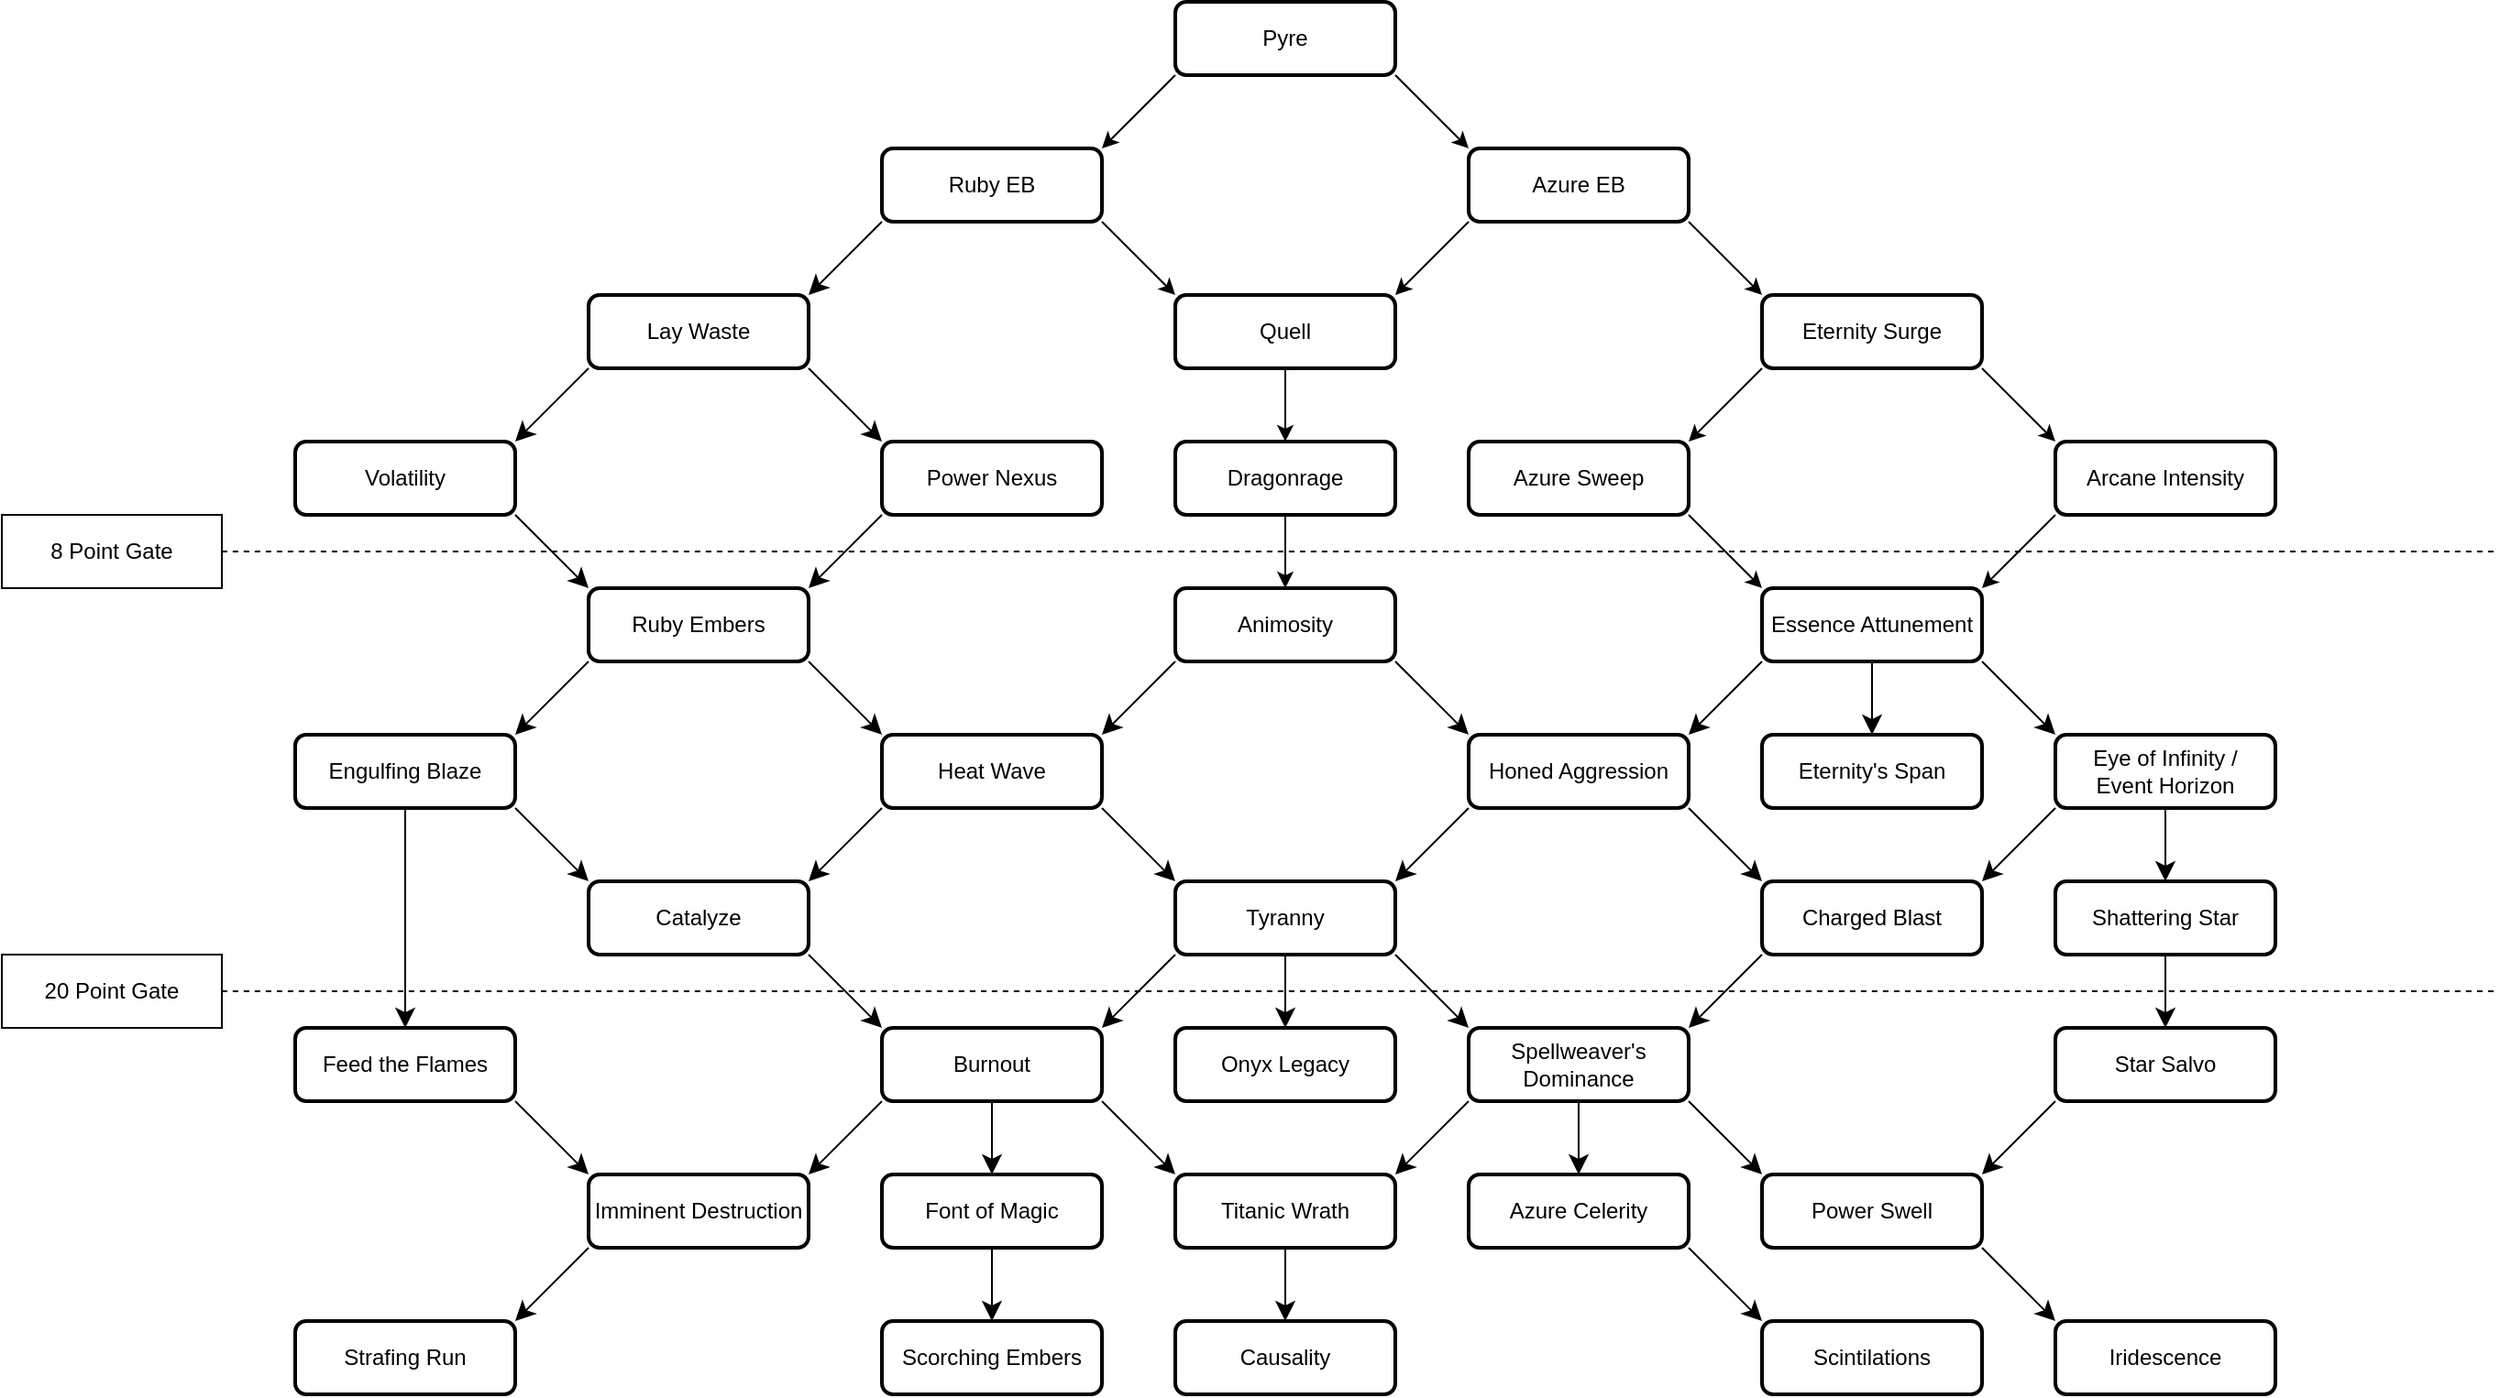
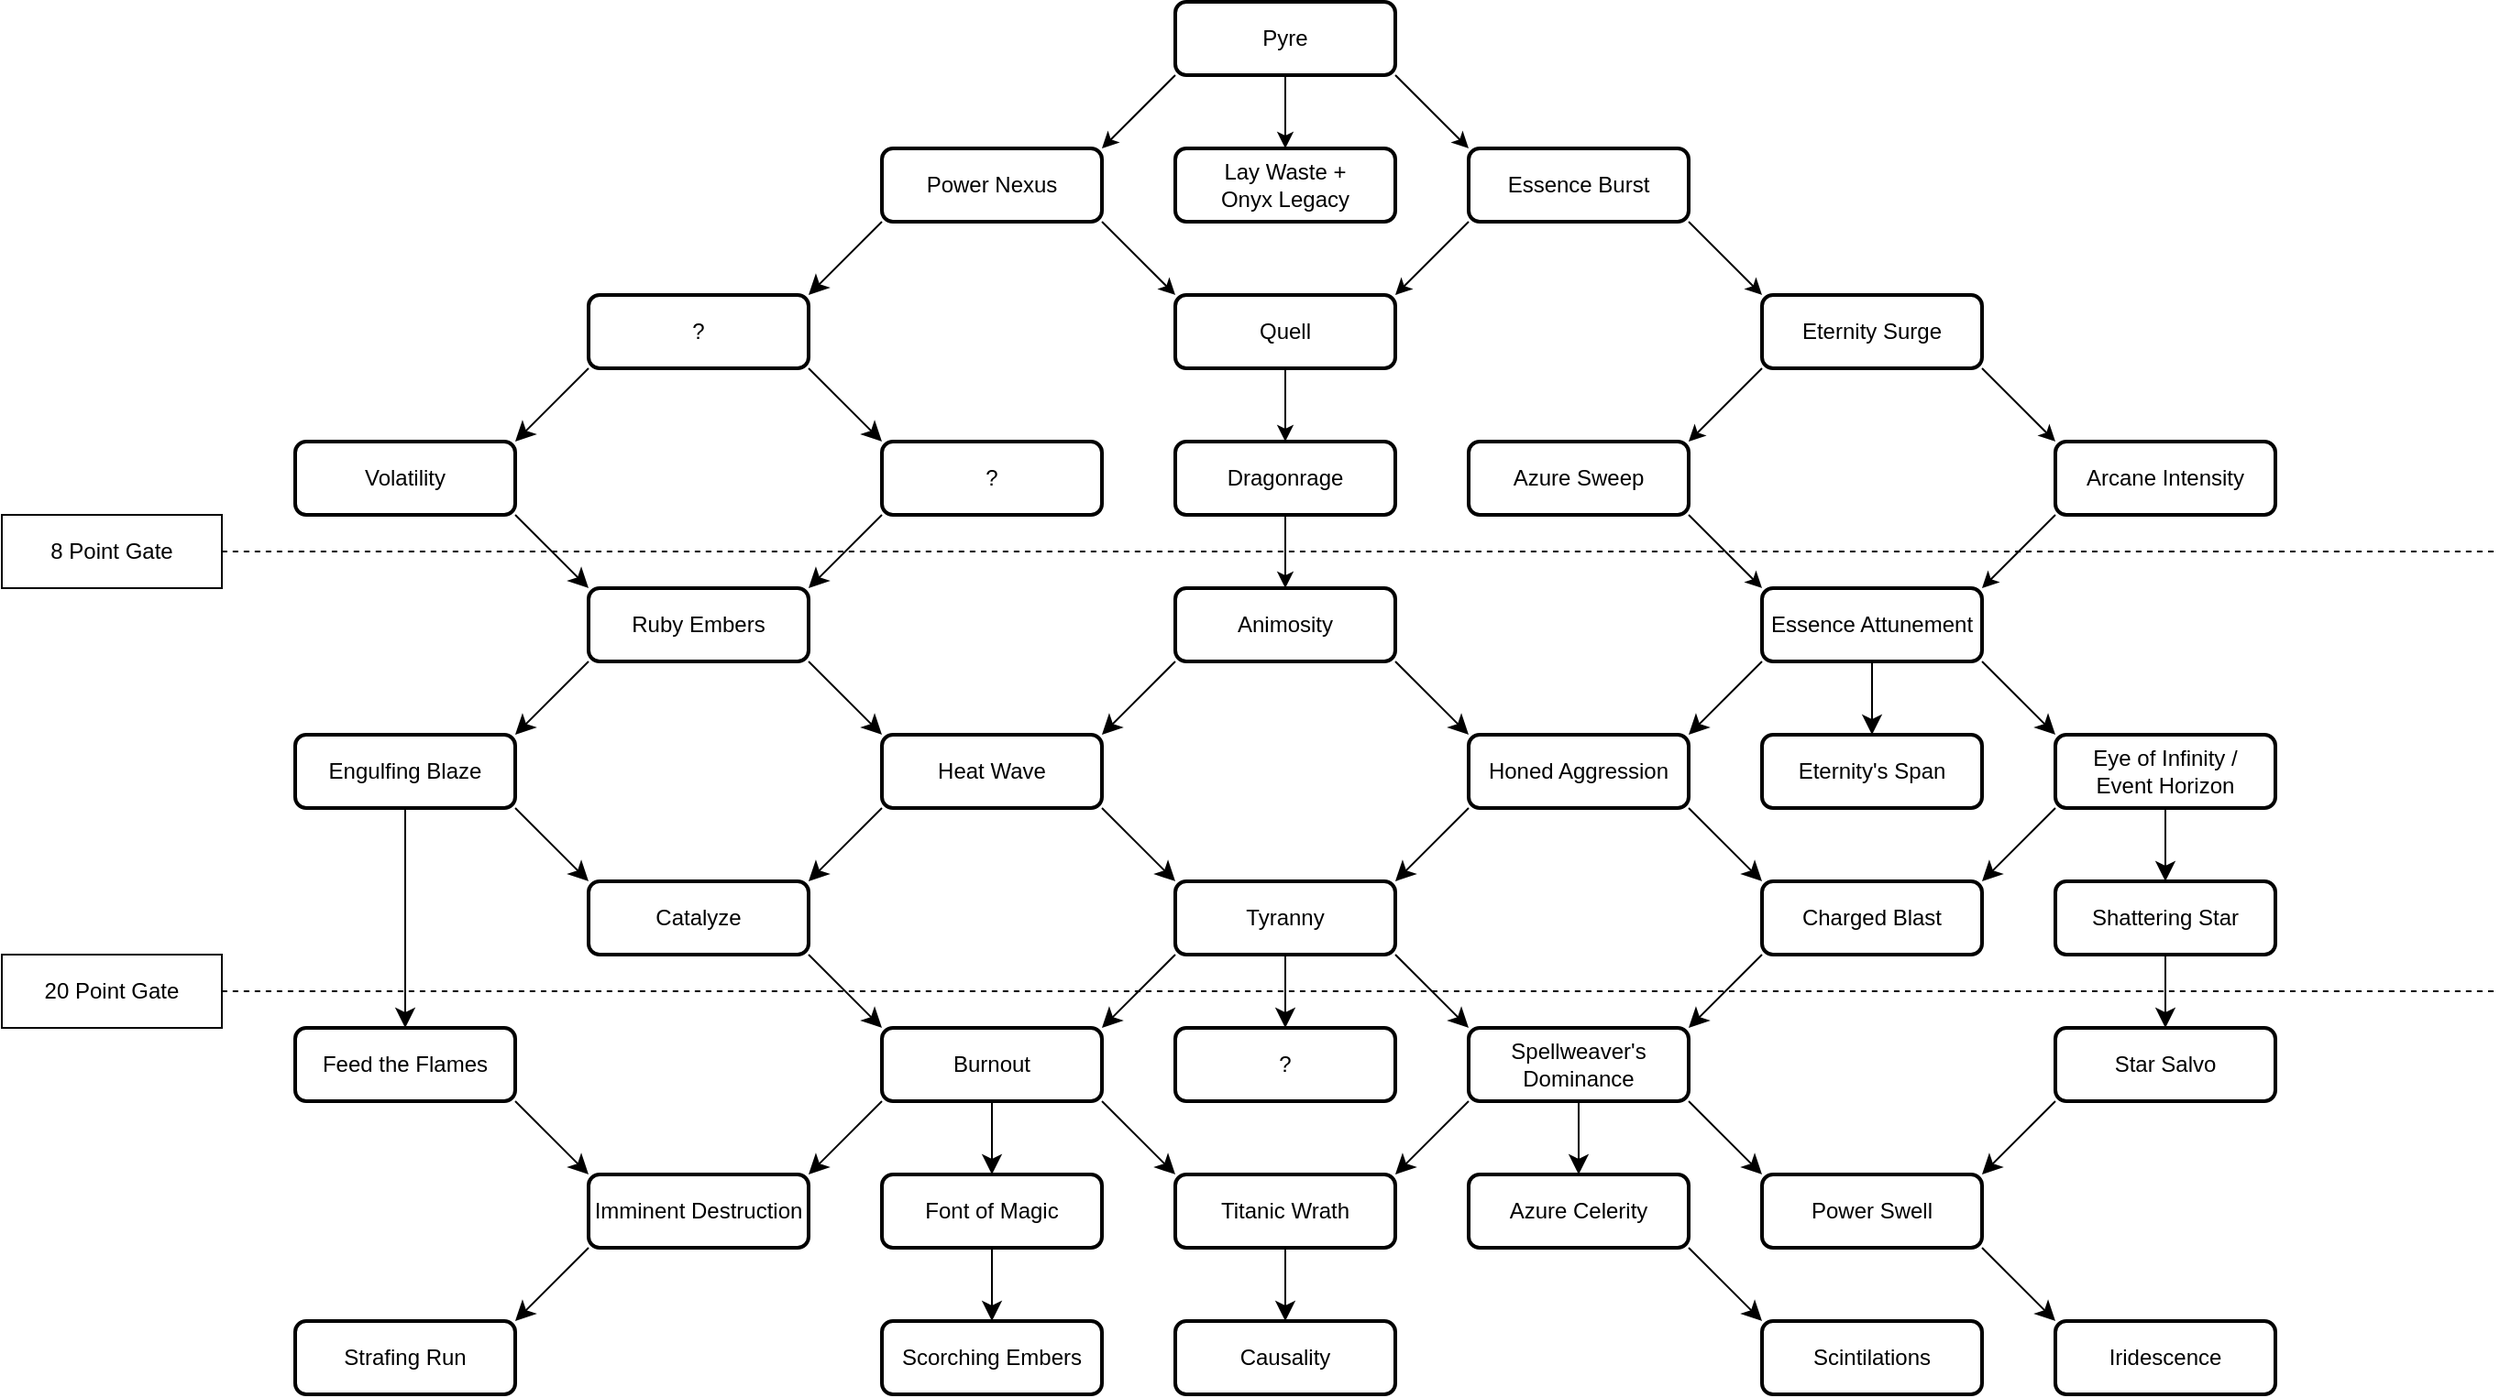
<mxfile host="app.diagrams.net" agent="Mozilla/5.0 (Windows NT 10.0; Win64; x64) AppleWebKit/537.36 (KHTML, like Gecko) Chrome/140.0.0.0 Safari/537.36 OPR/124.0.0.0">
  <diagram name="Page-1" id="hOetuab5Neo2MUPY-Vw1">
-     <mxGraphModel dx="1772" dy="763" grid="0" gridSize="10" guides="1" tooltips="1" connect="1" arrows="1" fold="1" page="0" pageScale="1" pageWidth="850" pageHeight="1100" background="none" math="0" shadow="0">
+     <mxGraphModel dx="2115" dy="954" grid="0" gridSize="10" guides="1" tooltips="1" connect="1" arrows="1" fold="1" page="0" pageScale="1" pageWidth="850" pageHeight="1100" background="none" math="0" shadow="0">
      <root>
        <mxCell id="0" />
        <mxCell id="1" parent="0" />
        <mxCell id="OIwntdkwLblrr2rhOdX1-7" edge="1" parent="1" source="0f6FQbk-GcDdoWLRAv9r-2" style="rounded=0;orthogonalLoop=1;jettySize=auto;html=1;exitX=1;exitY=1;exitDx=0;exitDy=0;entryX=0;entryY=0;entryDx=0;entryDy=0;" target="0f6FQbk-GcDdoWLRAv9r-29">
          <mxGeometry relative="1" as="geometry" />
        </mxCell>
+         <mxCell id="BiERCDpK63vKAhPq4p5G-2" edge="1" parent="1" source="0f6FQbk-GcDdoWLRAv9r-2" style="edgeStyle=none;rounded=0;orthogonalLoop=1;jettySize=auto;html=1;exitX=0.5;exitY=1;exitDx=0;exitDy=0;entryX=0.5;entryY=0;entryDx=0;entryDy=0;" target="BiERCDpK63vKAhPq4p5G-1">
+           <mxGeometry relative="1" as="geometry" />
+         </mxCell>
        <mxCell id="0f6FQbk-GcDdoWLRAv9r-2" parent="1" style="rounded=1;whiteSpace=wrap;html=1;strokeColor=light-dark(#000000,#FFFF00);strokeWidth=2;" value="Pyre" vertex="1">
          <mxGeometry height="40" width="120" x="320" y="40" as="geometry" />
        </mxCell>
        <mxCell id="OIwntdkwLblrr2rhOdX1-9" edge="1" parent="1" source="0f6FQbk-GcDdoWLRAv9r-3" style="rounded=0;orthogonalLoop=1;jettySize=auto;html=1;exitX=1;exitY=1;exitDx=0;exitDy=0;entryX=0;entryY=0;entryDx=0;entryDy=0;" target="0f6FQbk-GcDdoWLRAv9r-21">
          <mxGeometry relative="1" as="geometry" />
        </mxCell>
-         <mxCell id="0f6FQbk-GcDdoWLRAv9r-3" parent="1" style="rounded=1;whiteSpace=wrap;html=1;strokeWidth=2;strokeColor=light-dark(#000000,#FFFFFF);" value="Ruby EB" vertex="1">
+         <mxCell id="0f6FQbk-GcDdoWLRAv9r-3" parent="1" style="rounded=1;whiteSpace=wrap;html=1;strokeWidth=2;strokeColor=light-dark(#000000,#FFFFFF);" value="Power Nexus" vertex="1">
          <mxGeometry height="40" width="120" x="160" y="120" as="geometry" />
        </mxCell>
        <mxCell id="0f6FQbk-GcDdoWLRAv9r-44" edge="1" parent="1" style="edgeStyle=none;curved=1;rounded=1;orthogonalLoop=1;jettySize=auto;html=1;exitX=1;exitY=1;exitDx=0;exitDy=0;entryX=0;entryY=0;entryDx=0;entryDy=0;fontSize=12;startSize=8;endSize=8;">
          <mxGeometry relative="1" as="geometry">
            <mxPoint x="440" y="560" as="sourcePoint" />
            <mxPoint x="480" y="600" as="targetPoint" />
          </mxGeometry>
        </mxCell>
        <mxCell id="0f6FQbk-GcDdoWLRAv9r-47" edge="1" parent="1" style="edgeStyle=none;curved=1;rounded=1;orthogonalLoop=1;jettySize=auto;html=1;exitX=0;exitY=1;exitDx=0;exitDy=0;entryX=1;entryY=0;entryDx=0;entryDy=0;fontSize=12;startSize=8;endSize=8;">
          <mxGeometry relative="1" as="geometry">
            <mxPoint x="320" y="560" as="sourcePoint" />
            <mxPoint x="280" y="600" as="targetPoint" />
          </mxGeometry>
        </mxCell>
        <mxCell id="0f6FQbk-GcDdoWLRAv9r-58" edge="1" parent="1" style="edgeStyle=none;curved=1;rounded=1;orthogonalLoop=1;jettySize=auto;html=1;exitX=0.5;exitY=1;exitDx=0;exitDy=0;entryX=0.5;entryY=0;entryDx=0;entryDy=0;fontSize=12;startSize=8;endSize=8;" target="p8pHNqXcbaAZnEPRJ2cy-6">
          <mxGeometry relative="1" as="geometry">
            <mxPoint x="540" y="640" as="sourcePoint" />
            <mxPoint x="540" y="680" as="targetPoint" />
          </mxGeometry>
        </mxCell>
        <mxCell id="0f6FQbk-GcDdoWLRAv9r-59" edge="1" parent="1" style="edgeStyle=none;curved=1;rounded=1;orthogonalLoop=1;jettySize=auto;html=1;exitX=1;exitY=1;exitDx=0;exitDy=0;entryX=0;entryY=0;entryDx=0;entryDy=0;fontSize=12;startSize=8;endSize=8;">
          <mxGeometry relative="1" as="geometry">
            <mxPoint x="600" y="640" as="sourcePoint" />
            <mxPoint x="640" y="680" as="targetPoint" />
          </mxGeometry>
        </mxCell>
        <mxCell id="0f6FQbk-GcDdoWLRAv9r-65" edge="1" parent="1" style="edgeStyle=none;curved=1;rounded=1;orthogonalLoop=1;jettySize=auto;html=1;exitX=0;exitY=1;exitDx=0;exitDy=0;entryX=1;entryY=0;entryDx=0;entryDy=0;fontSize=12;startSize=8;endSize=8;">
          <mxGeometry relative="1" as="geometry">
            <mxPoint x="640" y="560" as="sourcePoint" />
            <mxPoint x="600" y="600" as="targetPoint" />
          </mxGeometry>
        </mxCell>
        <mxCell id="OIwntdkwLblrr2rhOdX1-15" edge="1" parent="1" source="0f6FQbk-GcDdoWLRAv9r-21" style="edgeStyle=none;rounded=0;orthogonalLoop=1;jettySize=auto;html=1;exitX=0.5;exitY=1;exitDx=0;exitDy=0;entryX=0.5;entryY=0;entryDx=0;entryDy=0;" target="0f6FQbk-GcDdoWLRAv9r-22">
          <mxGeometry relative="1" as="geometry" />
        </mxCell>
        <mxCell id="0f6FQbk-GcDdoWLRAv9r-21" parent="1" style="rounded=1;whiteSpace=wrap;html=1;strokeWidth=2;strokeColor=light-dark(#000000,#FFFF00);" value="Quell" vertex="1">
          <mxGeometry height="40" width="120" x="320" y="200" as="geometry" />
        </mxCell>
        <mxCell id="OIwntdkwLblrr2rhOdX1-16" edge="1" parent="1" source="0f6FQbk-GcDdoWLRAv9r-22" style="edgeStyle=none;rounded=0;orthogonalLoop=1;jettySize=auto;html=1;exitX=0.5;exitY=1;exitDx=0;exitDy=0;entryX=0.5;entryY=0;entryDx=0;entryDy=0;" target="0f6FQbk-GcDdoWLRAv9r-23">
          <mxGeometry relative="1" as="geometry" />
        </mxCell>
        <mxCell id="0f6FQbk-GcDdoWLRAv9r-22" parent="1" style="rounded=1;whiteSpace=wrap;html=1;strokeWidth=2;strokeColor=light-dark(#000000,#FFFF00);" value="Dragonrage" vertex="1">
          <mxGeometry height="40" width="120" x="320" y="280" as="geometry" />
        </mxCell>
        <mxCell id="0f6FQbk-GcDdoWLRAv9r-23" parent="1" style="rounded=1;whiteSpace=wrap;html=1;strokeColor=light-dark(#000000,#FFFFFF);strokeWidth=2;" value="Animosity" vertex="1">
          <mxGeometry height="40" width="120" x="320" y="360" as="geometry" />
        </mxCell>
        <mxCell id="0f6FQbk-GcDdoWLRAv9r-66" edge="1" parent="1" style="edgeStyle=none;curved=1;rounded=1;orthogonalLoop=1;jettySize=auto;html=1;exitX=0;exitY=1;exitDx=0;exitDy=0;entryX=1;entryY=0;entryDx=0;entryDy=0;fontSize=12;startSize=8;endSize=8;">
          <mxGeometry relative="1" as="geometry">
            <mxPoint x="640" y="400" as="sourcePoint" />
            <mxPoint x="600" y="440" as="targetPoint" />
          </mxGeometry>
        </mxCell>
        <mxCell id="0f6FQbk-GcDdoWLRAv9r-62" edge="1" parent="1" source="0f6FQbk-GcDdoWLRAv9r-27" style="edgeStyle=none;curved=1;rounded=1;orthogonalLoop=1;jettySize=auto;html=1;exitX=0.5;exitY=1;exitDx=0;exitDy=0;entryX=0.5;entryY=0;entryDx=0;entryDy=0;fontSize=12;startSize=8;endSize=8;" target="p8pHNqXcbaAZnEPRJ2cy-14">
          <mxGeometry relative="1" as="geometry" />
        </mxCell>
        <mxCell id="0f6FQbk-GcDdoWLRAv9r-64" edge="1" parent="1" source="0f6FQbk-GcDdoWLRAv9r-27" style="edgeStyle=none;curved=1;rounded=1;orthogonalLoop=1;jettySize=auto;html=1;exitX=0;exitY=1;exitDx=0;exitDy=0;entryX=1;entryY=0;entryDx=0;entryDy=0;fontSize=12;startSize=8;endSize=8;">
          <mxGeometry relative="1" as="geometry">
            <mxPoint x="760" y="520" as="targetPoint" />
          </mxGeometry>
        </mxCell>
        <mxCell id="0f6FQbk-GcDdoWLRAv9r-27" parent="1" style="rounded=1;whiteSpace=wrap;html=1;strokeWidth=2;strokeColor=light-dark(#000000,#00FF00);" value="Eye of Infinity / &lt;br&gt;Event Horizon" vertex="1">
          <mxGeometry height="40" width="120" x="800" y="440" as="geometry" />
        </mxCell>
        <mxCell id="0f6FQbk-GcDdoWLRAv9r-60" edge="1" parent="1" source="0f6FQbk-GcDdoWLRAv9r-28" style="edgeStyle=none;curved=1;rounded=1;orthogonalLoop=1;jettySize=auto;html=1;exitX=0;exitY=1;exitDx=0;exitDy=0;entryX=1;entryY=0;entryDx=0;entryDy=0;fontSize=12;startSize=8;endSize=8;">
          <mxGeometry relative="1" as="geometry">
            <mxPoint x="760" y="680" as="targetPoint" />
          </mxGeometry>
        </mxCell>
        <mxCell id="0f6FQbk-GcDdoWLRAv9r-28" parent="1" style="rounded=1;whiteSpace=wrap;html=1;strokeColor=light-dark(#000000,#FFFFFF);strokeWidth=2;" value="Star Salvo" vertex="1">
          <mxGeometry height="40" width="120" x="800" y="600" as="geometry" />
        </mxCell>
        <mxCell id="OIwntdkwLblrr2rhOdX1-8" edge="1" parent="1" source="0f6FQbk-GcDdoWLRAv9r-29" style="rounded=0;orthogonalLoop=1;jettySize=auto;html=1;exitX=0;exitY=1;exitDx=0;exitDy=0;entryX=1;entryY=0;entryDx=0;entryDy=0;" target="0f6FQbk-GcDdoWLRAv9r-21">
          <mxGeometry relative="1" as="geometry" />
        </mxCell>
        <mxCell id="OIwntdkwLblrr2rhOdX1-10" edge="1" parent="1" source="0f6FQbk-GcDdoWLRAv9r-29" style="edgeStyle=none;rounded=0;orthogonalLoop=1;jettySize=auto;html=1;exitX=1;exitY=1;exitDx=0;exitDy=0;entryX=0;entryY=0;entryDx=0;entryDy=0;" target="LhPUbgTbJpqGcTxOS-ww-83">
          <mxGeometry relative="1" as="geometry" />
        </mxCell>
-         <mxCell id="0f6FQbk-GcDdoWLRAv9r-29" parent="1" style="rounded=1;whiteSpace=wrap;html=1;strokeWidth=2;strokeColor=light-dark(#000000,#FFFFFF);" value="Azure EB" vertex="1">
+         <mxCell id="0f6FQbk-GcDdoWLRAv9r-29" parent="1" style="rounded=1;whiteSpace=wrap;html=1;strokeWidth=2;strokeColor=light-dark(#000000,#FFFFFF);" value="Essence Burst" vertex="1">
          <mxGeometry height="40" width="120" x="480" y="120" as="geometry" />
        </mxCell>
        <mxCell id="0f6FQbk-GcDdoWLRAv9r-67" edge="1" parent="1" style="edgeStyle=none;curved=1;rounded=1;orthogonalLoop=1;jettySize=auto;html=1;exitX=1;exitY=1;exitDx=0;exitDy=0;entryX=0;entryY=0;entryDx=0;entryDy=0;fontSize=12;startSize=8;endSize=8;">
          <mxGeometry relative="1" as="geometry">
            <mxPoint x="600" y="480" as="sourcePoint" />
            <mxPoint x="640" y="520" as="targetPoint" />
          </mxGeometry>
        </mxCell>
        <mxCell id="0f6FQbk-GcDdoWLRAv9r-63" edge="1" parent="1" style="edgeStyle=none;curved=1;rounded=1;orthogonalLoop=1;jettySize=auto;html=1;exitX=1;exitY=1;exitDx=0;exitDy=0;entryX=0;entryY=0;entryDx=0;entryDy=0;fontSize=12;startSize=8;endSize=8;" target="0f6FQbk-GcDdoWLRAv9r-27">
          <mxGeometry relative="1" as="geometry">
            <mxPoint x="760" y="400" as="sourcePoint" />
          </mxGeometry>
        </mxCell>
        <mxCell id="LhPUbgTbJpqGcTxOS-ww-34" edge="1" parent="1" style="edgeStyle=none;curved=1;rounded=1;orthogonalLoop=1;jettySize=auto;html=1;exitX=1;exitY=1;exitDx=0;exitDy=0;entryX=0;entryY=0;entryDx=0;entryDy=0;fontSize=12;startSize=8;endSize=8;">
          <mxGeometry relative="1" as="geometry">
            <mxPoint x="280" y="640" as="sourcePoint" />
            <mxPoint x="320" y="680" as="targetPoint" />
          </mxGeometry>
        </mxCell>
        <mxCell id="LhPUbgTbJpqGcTxOS-ww-41" edge="1" parent="1" style="edgeStyle=none;curved=1;rounded=1;orthogonalLoop=1;jettySize=auto;html=1;exitX=0.5;exitY=1;exitDx=0;exitDy=0;fontSize=12;startSize=8;endSize=8;">
          <mxGeometry relative="1" as="geometry">
            <mxPoint x="220" y="640" as="sourcePoint" />
          </mxGeometry>
        </mxCell>
        <mxCell id="LhPUbgTbJpqGcTxOS-ww-33" edge="1" parent="1" style="edgeStyle=none;curved=1;rounded=1;orthogonalLoop=1;jettySize=auto;html=1;exitX=0;exitY=1;exitDx=0;exitDy=0;entryX=1;entryY=0;entryDx=0;entryDy=0;fontSize=12;startSize=8;endSize=8;">
          <mxGeometry relative="1" as="geometry">
            <mxPoint x="480" y="640" as="sourcePoint" />
            <mxPoint x="440" y="680" as="targetPoint" />
          </mxGeometry>
        </mxCell>
        <mxCell id="LhPUbgTbJpqGcTxOS-ww-43" edge="1" parent="1" source="LhPUbgTbJpqGcTxOS-ww-36" style="edgeStyle=none;curved=1;rounded=1;orthogonalLoop=1;jettySize=auto;html=1;exitX=0.5;exitY=1;exitDx=0;exitDy=0;entryX=0.5;entryY=0;entryDx=0;entryDy=0;fontSize=12;startSize=8;endSize=8;" target="LhPUbgTbJpqGcTxOS-ww-42">
          <mxGeometry relative="1" as="geometry" />
        </mxCell>
        <mxCell id="LhPUbgTbJpqGcTxOS-ww-36" parent="1" style="rounded=1;whiteSpace=wrap;html=1;strokeColor=light-dark(#000000,#FFFFFF);strokeWidth=2;" value="Titanic Wrath" vertex="1">
          <mxGeometry height="40" width="120" x="320" y="680" as="geometry" />
        </mxCell>
        <mxCell id="LhPUbgTbJpqGcTxOS-ww-42" parent="1" style="rounded=1;whiteSpace=wrap;html=1;strokeColor=light-dark(#000000,#FFFFFF);strokeWidth=2;" value="Causality" vertex="1">
          <mxGeometry height="40" width="120" x="320" y="760" as="geometry" />
        </mxCell>
        <mxCell id="LhPUbgTbJpqGcTxOS-ww-44" parent="1" style="rounded=1;whiteSpace=wrap;html=1;strokeColor=light-dark(#000000,#FFFFFF);strokeWidth=2;" value="Scintilations" vertex="1">
          <mxGeometry height="40" width="120" x="640" y="760" as="geometry" />
        </mxCell>
        <mxCell id="LhPUbgTbJpqGcTxOS-ww-52" edge="1" parent="1" style="edgeStyle=none;curved=1;rounded=1;orthogonalLoop=1;jettySize=auto;html=1;exitX=0;exitY=1;exitDx=0;exitDy=0;entryX=1;entryY=0;entryDx=0;entryDy=0;fontSize=12;startSize=8;endSize=8;">
          <mxGeometry relative="1" as="geometry">
            <mxPoint x="160" y="480" as="sourcePoint" />
          </mxGeometry>
        </mxCell>
        <mxCell id="LhPUbgTbJpqGcTxOS-ww-53" edge="1" parent="1" style="edgeStyle=none;curved=1;rounded=1;orthogonalLoop=1;jettySize=auto;html=1;exitX=1;exitY=1;exitDx=0;exitDy=0;entryX=0;entryY=0;entryDx=0;entryDy=0;fontSize=12;startSize=8;endSize=8;">
          <mxGeometry relative="1" as="geometry">
            <mxPoint x="160" y="600" as="targetPoint" />
          </mxGeometry>
        </mxCell>
        <mxCell id="LhPUbgTbJpqGcTxOS-ww-56" parent="1" style="rounded=1;whiteSpace=wrap;html=1;strokeColor=light-dark(#000000,#FFFFFF);strokeWidth=2;" value="Tyranny" vertex="1">
          <mxGeometry height="40" width="120" x="320" y="520" as="geometry" />
        </mxCell>
        <mxCell id="LhPUbgTbJpqGcTxOS-ww-62" edge="1" parent="1" style="endArrow=none;dashed=1;html=1;rounded=1;fontSize=12;startSize=8;endSize=8;curved=1;" value="">
          <mxGeometry height="50" relative="1" width="50" as="geometry">
            <mxPoint x="-200" y="580" as="sourcePoint" />
            <mxPoint x="1040" y="580" as="targetPoint" />
          </mxGeometry>
        </mxCell>
        <mxCell id="LhPUbgTbJpqGcTxOS-ww-64" parent="1" style="rounded=0;whiteSpace=wrap;html=1;" value="20 Point Gate" vertex="1">
          <mxGeometry height="40" width="120" x="-320" y="560" as="geometry" />
        </mxCell>
        <mxCell id="LhPUbgTbJpqGcTxOS-ww-66" edge="1" parent="1" style="endArrow=none;dashed=1;html=1;rounded=1;fontSize=12;startSize=8;endSize=8;curved=1;" value="">
          <mxGeometry height="50" relative="1" width="50" as="geometry">
            <mxPoint x="-200" y="340" as="sourcePoint" />
            <mxPoint x="1040" y="340" as="targetPoint" />
          </mxGeometry>
        </mxCell>
        <mxCell id="LhPUbgTbJpqGcTxOS-ww-67" parent="1" style="rounded=0;whiteSpace=wrap;html=1;" value="8 Point Gate" vertex="1">
          <mxGeometry height="40" width="120" x="-320" y="320" as="geometry" />
        </mxCell>
        <mxCell id="LhPUbgTbJpqGcTxOS-ww-70" parent="1" style="rounded=1;whiteSpace=wrap;html=1;strokeColor=light-dark(#000000,#FFFFFF);strokeWidth=2;" value="Volatility" vertex="1">
          <mxGeometry height="40" width="120" x="-160" y="280" as="geometry" />
        </mxCell>
        <mxCell id="OIwntdkwLblrr2rhOdX1-12" edge="1" parent="1" source="LhPUbgTbJpqGcTxOS-ww-75" style="edgeStyle=none;rounded=0;orthogonalLoop=1;jettySize=auto;html=1;exitX=1;exitY=1;exitDx=0;exitDy=0;entryX=0;entryY=0;entryDx=0;entryDy=0;" target="LhPUbgTbJpqGcTxOS-ww-118">
          <mxGeometry relative="1" as="geometry" />
        </mxCell>
        <mxCell id="LhPUbgTbJpqGcTxOS-ww-75" parent="1" style="rounded=1;whiteSpace=wrap;html=1;strokeColor=light-dark(#000000,#FFFFFF);strokeWidth=2;" value="Azure Sweep" vertex="1">
          <mxGeometry height="40" width="120" x="480" y="280" as="geometry" />
        </mxCell>
-         <mxCell id="LhPUbgTbJpqGcTxOS-ww-80" parent="1" style="rounded=1;whiteSpace=wrap;html=1;strokeColor=light-dark(#000000,#FFFFFF);strokeWidth=2;" value="Power Nexus" vertex="1">
+         <mxCell id="LhPUbgTbJpqGcTxOS-ww-80" parent="1" style="rounded=1;whiteSpace=wrap;html=1;strokeColor=light-dark(#000000,#000099);strokeWidth=2;" value="?" vertex="1">
          <mxGeometry height="40" width="120" x="160" y="280" as="geometry" />
        </mxCell>
        <mxCell id="LhPUbgTbJpqGcTxOS-ww-81" parent="1" style="rounded=1;whiteSpace=wrap;html=1;strokeColor=light-dark(#000000,#FFFFFF);strokeWidth=2;" value="Ruby Embers" vertex="1">
          <mxGeometry height="40" width="120" y="360" as="geometry" />
        </mxCell>
        <mxCell id="OIwntdkwLblrr2rhOdX1-11" edge="1" parent="1" source="LhPUbgTbJpqGcTxOS-ww-83" style="edgeStyle=none;rounded=0;orthogonalLoop=1;jettySize=auto;html=1;exitX=0;exitY=1;exitDx=0;exitDy=0;entryX=1;entryY=0;entryDx=0;entryDy=0;" target="LhPUbgTbJpqGcTxOS-ww-75">
          <mxGeometry relative="1" as="geometry" />
        </mxCell>
        <mxCell id="OIwntdkwLblrr2rhOdX1-14" edge="1" parent="1" source="LhPUbgTbJpqGcTxOS-ww-83" style="edgeStyle=none;rounded=0;orthogonalLoop=1;jettySize=auto;html=1;exitX=1;exitY=1;exitDx=0;exitDy=0;entryX=0;entryY=0;entryDx=0;entryDy=0;" target="LhPUbgTbJpqGcTxOS-ww-148">
          <mxGeometry relative="1" as="geometry" />
        </mxCell>
        <mxCell id="LhPUbgTbJpqGcTxOS-ww-83" parent="1" style="rounded=1;whiteSpace=wrap;html=1;strokeColor=light-dark(#000000,#FFFF00);strokeWidth=2;" value="Eternity Surge" vertex="1">
          <mxGeometry height="40" width="120" x="640" y="200" as="geometry" />
        </mxCell>
        <mxCell id="LhPUbgTbJpqGcTxOS-ww-94" parent="1" style="rounded=1;whiteSpace=wrap;html=1;strokeColor=light-dark(#000000,#FFFFFF);strokeWidth=2;" value="Strafing Run" vertex="1">
          <mxGeometry height="40" width="120" x="-160" y="760" as="geometry" />
        </mxCell>
        <mxCell id="LhPUbgTbJpqGcTxOS-ww-101" edge="1" parent="1" source="LhPUbgTbJpqGcTxOS-ww-97" style="edgeStyle=none;curved=1;rounded=1;orthogonalLoop=1;jettySize=auto;html=1;exitX=0;exitY=1;exitDx=0;exitDy=0;entryX=1;entryY=0;entryDx=0;entryDy=0;fontSize=12;startSize=8;endSize=8;" target="p8pHNqXcbaAZnEPRJ2cy-4">
          <mxGeometry relative="1" as="geometry">
            <mxPoint x="120" y="520" as="targetPoint" />
          </mxGeometry>
        </mxCell>
        <mxCell id="LhPUbgTbJpqGcTxOS-ww-97" parent="1" style="rounded=1;whiteSpace=wrap;html=1;strokeColor=light-dark(#000000,#FFFFFF);strokeWidth=2;" value="Heat Wave" vertex="1">
          <mxGeometry height="40" width="120" x="160" y="440" as="geometry" />
        </mxCell>
        <mxCell id="LhPUbgTbJpqGcTxOS-ww-109" edge="1" parent="1" source="p8pHNqXcbaAZnEPRJ2cy-3" style="edgeStyle=none;curved=1;rounded=1;orthogonalLoop=1;jettySize=auto;html=1;exitX=1;exitY=1;exitDx=0;exitDy=0;entryX=0;entryY=0;entryDx=0;entryDy=0;fontSize=12;startSize=8;endSize=8;" target="LhPUbgTbJpqGcTxOS-ww-105">
          <mxGeometry relative="1" as="geometry">
            <mxPoint x="-40" y="640" as="sourcePoint" />
          </mxGeometry>
        </mxCell>
        <mxCell id="LhPUbgTbJpqGcTxOS-ww-104" parent="1" style="rounded=1;whiteSpace=wrap;html=1;strokeColor=light-dark(#000000,#FFFFFF);strokeWidth=2;" value="Scorching Embers" vertex="1">
          <mxGeometry height="40" width="120" x="160" y="760" as="geometry" />
        </mxCell>
        <mxCell id="LhPUbgTbJpqGcTxOS-ww-116" edge="1" parent="1" source="LhPUbgTbJpqGcTxOS-ww-105" style="edgeStyle=none;curved=1;rounded=1;orthogonalLoop=1;jettySize=auto;html=1;exitX=0;exitY=1;exitDx=0;exitDy=0;entryX=1;entryY=0;entryDx=0;entryDy=0;fontSize=12;startSize=8;endSize=8;" target="LhPUbgTbJpqGcTxOS-ww-94">
          <mxGeometry relative="1" as="geometry" />
        </mxCell>
        <mxCell id="LhPUbgTbJpqGcTxOS-ww-105" parent="1" style="rounded=1;whiteSpace=wrap;html=1;strokeColor=light-dark(#000000,#FFFFFF);strokeWidth=2;" value="Imminent Destruction" vertex="1">
          <mxGeometry height="40" width="120" y="680" as="geometry" />
        </mxCell>
        <mxCell id="LhPUbgTbJpqGcTxOS-ww-114" edge="1" parent="1" source="p8pHNqXcbaAZnEPRJ2cy-4" style="edgeStyle=none;curved=1;rounded=1;orthogonalLoop=1;jettySize=auto;html=1;exitX=1;exitY=1;exitDx=0;exitDy=0;entryX=0;entryY=0;entryDx=0;entryDy=0;fontSize=12;startSize=8;endSize=8;" target="LhPUbgTbJpqGcTxOS-ww-113">
          <mxGeometry relative="1" as="geometry">
            <mxPoint x="95" y="553" as="sourcePoint" />
          </mxGeometry>
        </mxCell>
        <mxCell id="LhPUbgTbJpqGcTxOS-ww-115" edge="1" parent="1" source="LhPUbgTbJpqGcTxOS-ww-113" style="edgeStyle=none;curved=1;rounded=1;orthogonalLoop=1;jettySize=auto;html=1;exitX=0;exitY=1;exitDx=0;exitDy=0;entryX=1;entryY=0;entryDx=0;entryDy=0;fontSize=12;startSize=8;endSize=8;" target="LhPUbgTbJpqGcTxOS-ww-105">
          <mxGeometry relative="1" as="geometry" />
        </mxCell>
        <mxCell id="LhPUbgTbJpqGcTxOS-ww-117" edge="1" parent="1" source="LhPUbgTbJpqGcTxOS-ww-113" style="edgeStyle=none;curved=1;rounded=1;orthogonalLoop=1;jettySize=auto;html=1;exitX=0.5;exitY=1;exitDx=0;exitDy=0;fontSize=12;startSize=8;endSize=8;" target="p8pHNqXcbaAZnEPRJ2cy-8">
          <mxGeometry relative="1" as="geometry" />
        </mxCell>
        <mxCell id="LhPUbgTbJpqGcTxOS-ww-113" parent="1" style="rounded=1;whiteSpace=wrap;html=1;strokeColor=light-dark(#000000,#FFFFFF);strokeWidth=2;" value="Burnout" vertex="1">
          <mxGeometry height="40" width="120" x="160" y="600" as="geometry" />
        </mxCell>
        <mxCell id="LhPUbgTbJpqGcTxOS-ww-127" edge="1" parent="1" source="LhPUbgTbJpqGcTxOS-ww-118" style="edgeStyle=none;curved=1;rounded=1;orthogonalLoop=1;jettySize=auto;html=1;exitX=0.5;exitY=1;exitDx=0;exitDy=0;entryX=0.5;entryY=0;entryDx=0;entryDy=0;fontSize=12;startSize=8;endSize=8;">
          <mxGeometry relative="1" as="geometry">
            <mxPoint x="700" y="440" as="targetPoint" />
          </mxGeometry>
        </mxCell>
        <mxCell id="LhPUbgTbJpqGcTxOS-ww-118" parent="1" style="rounded=1;whiteSpace=wrap;html=1;strokeColor=light-dark(#000000,#FFFFFF);strokeWidth=2;" value="Essence Attunement" vertex="1">
          <mxGeometry height="40" width="120" x="640" y="360" as="geometry" />
        </mxCell>
        <mxCell id="LhPUbgTbJpqGcTxOS-ww-123" edge="1" parent="1" style="edgeStyle=none;curved=1;rounded=1;orthogonalLoop=1;jettySize=auto;html=1;exitX=1;exitY=1;exitDx=0;exitDy=0;entryX=0;entryY=0;entryDx=0;entryDy=0;fontSize=12;startSize=8;endSize=8;" target="LhPUbgTbJpqGcTxOS-ww-122">
          <mxGeometry relative="1" as="geometry">
            <mxPoint x="760" y="720" as="sourcePoint" />
          </mxGeometry>
        </mxCell>
        <mxCell id="LhPUbgTbJpqGcTxOS-ww-122" parent="1" style="rounded=1;whiteSpace=wrap;html=1;strokeColor=light-dark(#000000,#FFFFFF);strokeWidth=2;" value="Iridescence" vertex="1">
          <mxGeometry height="40" width="120" x="800" y="760" as="geometry" />
        </mxCell>
        <mxCell id="LhPUbgTbJpqGcTxOS-ww-128" edge="1" parent="1" source="LhPUbgTbJpqGcTxOS-ww-81" style="edgeStyle=none;curved=1;rounded=1;orthogonalLoop=1;jettySize=auto;html=1;exitX=1;exitY=1;exitDx=0;exitDy=0;fontSize=12;startSize=8;endSize=8;entryX=0;entryY=0;entryDx=0;entryDy=0;" target="LhPUbgTbJpqGcTxOS-ww-97">
          <mxGeometry relative="1" as="geometry">
            <mxPoint x="60" y="480" as="sourcePoint" />
            <mxPoint x="44.43396226415098" y="513" as="targetPoint" />
          </mxGeometry>
        </mxCell>
        <mxCell id="LhPUbgTbJpqGcTxOS-ww-133" parent="1" style="rounded=1;whiteSpace=wrap;html=1;strokeColor=light-dark(#000000,#FFFFFF);strokeWidth=2;" value="Power Swell" vertex="1">
          <mxGeometry height="40" width="120" x="640" y="680" as="geometry" />
        </mxCell>
        <mxCell id="LhPUbgTbJpqGcTxOS-ww-134" parent="1" style="rounded=1;whiteSpace=wrap;html=1;strokeColor=light-dark(#000000,#FFFFFF);strokeWidth=2;" value="Spellweaver&#39;s Dominance" vertex="1">
          <mxGeometry height="40" width="120" x="480" y="600" as="geometry" />
        </mxCell>
        <mxCell id="LhPUbgTbJpqGcTxOS-ww-142" parent="1" style="rounded=1;whiteSpace=wrap;html=1;strokeColor=light-dark(#000000,#FFFFFF);strokeWidth=2;" value="Honed Aggression" vertex="1">
          <mxGeometry height="40" width="120" x="480" y="440" as="geometry" />
        </mxCell>
        <mxCell id="LhPUbgTbJpqGcTxOS-ww-144" parent="1" style="rounded=1;whiteSpace=wrap;html=1;strokeColor=light-dark(#000000,#FFFFFF);strokeWidth=2;" value="Eternity&#39;s Span" vertex="1">
          <mxGeometry height="40" width="120" x="640" y="440" as="geometry" />
        </mxCell>
        <mxCell id="LhPUbgTbJpqGcTxOS-ww-147" parent="1" style="rounded=1;whiteSpace=wrap;html=1;strokeColor=light-dark(#000000,#FFFFFF);strokeWidth=2;" value="Charged Blast" vertex="1">
          <mxGeometry height="40" width="120" x="640" y="520" as="geometry" />
        </mxCell>
        <mxCell id="OIwntdkwLblrr2rhOdX1-13" edge="1" parent="1" source="LhPUbgTbJpqGcTxOS-ww-148" style="edgeStyle=none;rounded=0;orthogonalLoop=1;jettySize=auto;html=1;exitX=0;exitY=1;exitDx=0;exitDy=0;entryX=1;entryY=0;entryDx=0;entryDy=0;" target="LhPUbgTbJpqGcTxOS-ww-118">
          <mxGeometry relative="1" as="geometry" />
        </mxCell>
        <mxCell id="LhPUbgTbJpqGcTxOS-ww-148" parent="1" style="rounded=1;whiteSpace=wrap;html=1;strokeColor=light-dark(#000000,#FFFFFF);strokeWidth=2;" value="Arcane Intensity" vertex="1">
          <mxGeometry height="40" width="120" x="800" y="280" as="geometry" />
        </mxCell>
-         <mxCell id="p8pHNqXcbaAZnEPRJ2cy-1" parent="1" style="rounded=1;whiteSpace=wrap;html=1;strokeColor=light-dark(#000000,#FFFFFF);strokeWidth=2;" value="Lay Waste" vertex="1">
+         <mxCell id="p8pHNqXcbaAZnEPRJ2cy-1" parent="1" style="rounded=1;whiteSpace=wrap;html=1;strokeColor=light-dark(#000000,#000099);strokeWidth=2;" value="?" vertex="1">
          <mxGeometry height="40" width="120" y="200" as="geometry" />
        </mxCell>
-         <mxCell id="p8pHNqXcbaAZnEPRJ2cy-2" parent="1" style="rounded=1;whiteSpace=wrap;html=1;strokeColor=light-dark(#000000,#FFFFFF);strokeWidth=2;" value="Onyx Legacy" vertex="1">
+         <mxCell id="p8pHNqXcbaAZnEPRJ2cy-2" parent="1" style="rounded=1;whiteSpace=wrap;html=1;strokeColor=light-dark(#000000,#000099);strokeWidth=2;" value="?" vertex="1">
          <mxGeometry height="40" width="120" x="320" y="600" as="geometry" />
        </mxCell>
        <mxCell id="p8pHNqXcbaAZnEPRJ2cy-3" parent="1" style="rounded=1;whiteSpace=wrap;html=1;strokeColor=light-dark(#000000,#FFFFFF);strokeWidth=2;" value="Feed the Flames" vertex="1">
          <mxGeometry height="40" width="120" x="-160" y="600" as="geometry" />
        </mxCell>
        <mxCell id="p8pHNqXcbaAZnEPRJ2cy-4" parent="1" style="rounded=1;whiteSpace=wrap;html=1;strokeColor=light-dark(#000000,#FFFFFF);strokeWidth=2;" value="Catalyze" vertex="1">
          <mxGeometry height="40" width="120" y="520" as="geometry" />
        </mxCell>
        <mxCell id="p8pHNqXcbaAZnEPRJ2cy-5" edge="1" parent="1" source="LhPUbgTbJpqGcTxOS-ww-56" style="edgeStyle=none;curved=1;rounded=1;orthogonalLoop=1;jettySize=auto;html=1;exitX=0.5;exitY=1;exitDx=0;exitDy=0;fontSize=12;startSize=8;endSize=8;" target="p8pHNqXcbaAZnEPRJ2cy-2">
          <mxGeometry relative="1" as="geometry">
            <mxPoint x="483" y="491" as="sourcePoint" />
            <mxPoint x="483" y="531" as="targetPoint" />
          </mxGeometry>
        </mxCell>
        <mxCell id="p8pHNqXcbaAZnEPRJ2cy-6" parent="1" style="rounded=1;whiteSpace=wrap;html=1;strokeColor=light-dark(#000000,#FFFFFF);strokeWidth=2;" value="Azure Celerity" vertex="1">
          <mxGeometry height="40" width="120" x="480" y="680" as="geometry" />
        </mxCell>
        <mxCell id="p8pHNqXcbaAZnEPRJ2cy-7" edge="1" parent="1" source="p8pHNqXcbaAZnEPRJ2cy-6" style="edgeStyle=none;curved=1;rounded=1;orthogonalLoop=1;jettySize=auto;html=1;exitX=1;exitY=1;exitDx=0;exitDy=0;entryX=0;entryY=0;entryDx=0;entryDy=0;fontSize=12;startSize=8;endSize=8;" target="LhPUbgTbJpqGcTxOS-ww-44">
          <mxGeometry relative="1" as="geometry">
            <mxPoint x="601" y="768" as="sourcePoint" />
            <mxPoint x="641" y="808" as="targetPoint" />
          </mxGeometry>
        </mxCell>
        <mxCell id="p8pHNqXcbaAZnEPRJ2cy-8" parent="1" style="rounded=1;whiteSpace=wrap;html=1;strokeColor=light-dark(#000000,#FFFFFF);strokeWidth=2;" value="Font of Magic" vertex="1">
          <mxGeometry height="40" width="120" x="160" y="680" as="geometry" />
        </mxCell>
        <mxCell id="p8pHNqXcbaAZnEPRJ2cy-9" edge="1" parent="1" source="p8pHNqXcbaAZnEPRJ2cy-8" style="edgeStyle=none;curved=1;rounded=1;orthogonalLoop=1;jettySize=auto;html=1;exitX=0.5;exitY=1;exitDx=0;exitDy=0;fontSize=12;startSize=8;endSize=8;entryX=0.5;entryY=0;entryDx=0;entryDy=0;" target="LhPUbgTbJpqGcTxOS-ww-104">
          <mxGeometry relative="1" as="geometry">
            <mxPoint x="209" y="742" as="sourcePoint" />
            <mxPoint x="209" y="782" as="targetPoint" />
          </mxGeometry>
        </mxCell>
        <mxCell id="p8pHNqXcbaAZnEPRJ2cy-10" edge="1" parent="1" source="0f6FQbk-GcDdoWLRAv9r-23" style="edgeStyle=none;curved=1;rounded=1;orthogonalLoop=1;jettySize=auto;html=1;exitX=0;exitY=1;exitDx=0;exitDy=0;fontSize=12;startSize=8;endSize=8;entryX=1;entryY=0;entryDx=0;entryDy=0;" target="LhPUbgTbJpqGcTxOS-ww-97">
          <mxGeometry relative="1" as="geometry">
            <mxPoint x="336" y="437" as="sourcePoint" />
            <mxPoint x="336" y="477" as="targetPoint" />
          </mxGeometry>
        </mxCell>
        <mxCell id="p8pHNqXcbaAZnEPRJ2cy-11" edge="1" parent="1" source="LhPUbgTbJpqGcTxOS-ww-97" style="edgeStyle=none;curved=1;rounded=1;orthogonalLoop=1;jettySize=auto;html=1;exitX=1;exitY=1;exitDx=0;exitDy=0;fontSize=12;startSize=8;endSize=8;entryX=0;entryY=0;entryDx=0;entryDy=0;" target="LhPUbgTbJpqGcTxOS-ww-56">
          <mxGeometry relative="1" as="geometry">
            <mxPoint x="336" y="446" as="sourcePoint" />
            <mxPoint x="336" y="486" as="targetPoint" />
          </mxGeometry>
        </mxCell>
        <mxCell id="p8pHNqXcbaAZnEPRJ2cy-12" edge="1" parent="1" source="0f6FQbk-GcDdoWLRAv9r-23" style="edgeStyle=none;curved=1;rounded=1;orthogonalLoop=1;jettySize=auto;html=1;exitX=1;exitY=1;exitDx=0;exitDy=0;fontSize=12;startSize=8;endSize=8;entryX=0;entryY=0;entryDx=0;entryDy=0;" target="LhPUbgTbJpqGcTxOS-ww-142">
          <mxGeometry relative="1" as="geometry">
            <mxPoint x="413" y="456" as="sourcePoint" />
            <mxPoint x="413" y="496" as="targetPoint" />
          </mxGeometry>
        </mxCell>
        <mxCell id="p8pHNqXcbaAZnEPRJ2cy-13" edge="1" parent="1" source="LhPUbgTbJpqGcTxOS-ww-142" style="edgeStyle=none;curved=1;rounded=1;orthogonalLoop=1;jettySize=auto;html=1;exitX=0;exitY=1;exitDx=0;exitDy=0;fontSize=12;startSize=8;endSize=8;entryX=1;entryY=0;entryDx=0;entryDy=0;" target="LhPUbgTbJpqGcTxOS-ww-56">
          <mxGeometry relative="1" as="geometry">
            <mxPoint x="466" y="501" as="sourcePoint" />
            <mxPoint x="466" y="541" as="targetPoint" />
          </mxGeometry>
        </mxCell>
        <mxCell id="p8pHNqXcbaAZnEPRJ2cy-14" parent="1" style="rounded=1;whiteSpace=wrap;html=1;strokeColor=light-dark(#000000,#FFFFFF);strokeWidth=2;" value="Shattering Star" vertex="1">
          <mxGeometry height="40" width="120" x="800" y="520" as="geometry" />
        </mxCell>
        <mxCell id="p8pHNqXcbaAZnEPRJ2cy-16" edge="1" parent="1" source="p8pHNqXcbaAZnEPRJ2cy-14" style="edgeStyle=none;curved=1;rounded=1;orthogonalLoop=1;jettySize=auto;html=1;exitX=0.5;exitY=1;exitDx=0;exitDy=0;entryX=0.5;entryY=0;entryDx=0;entryDy=0;fontSize=12;startSize=8;endSize=8;" target="0f6FQbk-GcDdoWLRAv9r-28">
          <mxGeometry relative="1" as="geometry">
            <mxPoint x="1008" y="627" as="sourcePoint" />
            <mxPoint x="1008" y="667" as="targetPoint" />
          </mxGeometry>
        </mxCell>
        <mxCell id="p8pHNqXcbaAZnEPRJ2cy-17" parent="1" style="rounded=1;whiteSpace=wrap;html=1;strokeColor=light-dark(#000000,#FFFFFF);strokeWidth=2;" value="Engulfing Blaze" vertex="1">
          <mxGeometry height="40" width="120" x="-160" y="440" as="geometry" />
        </mxCell>
        <mxCell id="p8pHNqXcbaAZnEPRJ2cy-18" edge="1" parent="1" source="0f6FQbk-GcDdoWLRAv9r-3" style="edgeStyle=none;curved=1;rounded=1;orthogonalLoop=1;jettySize=auto;html=1;exitX=0;exitY=1;exitDx=0;exitDy=0;fontSize=12;startSize=8;endSize=8;entryX=1;entryY=0;entryDx=0;entryDy=0;" target="p8pHNqXcbaAZnEPRJ2cy-1">
          <mxGeometry relative="1" as="geometry">
            <mxPoint x="166" y="202" as="sourcePoint" />
            <mxPoint x="206" y="242" as="targetPoint" />
          </mxGeometry>
        </mxCell>
        <mxCell id="p8pHNqXcbaAZnEPRJ2cy-19" edge="1" parent="1" source="p8pHNqXcbaAZnEPRJ2cy-1" style="edgeStyle=none;curved=1;rounded=1;orthogonalLoop=1;jettySize=auto;html=1;exitX=1;exitY=1;exitDx=0;exitDy=0;fontSize=12;startSize=8;endSize=8;entryX=0;entryY=0;entryDx=0;entryDy=0;" target="LhPUbgTbJpqGcTxOS-ww-80">
          <mxGeometry relative="1" as="geometry">
            <mxPoint x="95" y="246" as="sourcePoint" />
            <mxPoint x="135" y="286" as="targetPoint" />
          </mxGeometry>
        </mxCell>
        <mxCell id="p8pHNqXcbaAZnEPRJ2cy-20" edge="1" parent="1" source="p8pHNqXcbaAZnEPRJ2cy-1" style="edgeStyle=none;curved=1;rounded=1;orthogonalLoop=1;jettySize=auto;html=1;exitX=0;exitY=1;exitDx=0;exitDy=0;fontSize=12;startSize=8;endSize=8;entryX=1;entryY=0;entryDx=0;entryDy=0;" target="LhPUbgTbJpqGcTxOS-ww-70">
          <mxGeometry relative="1" as="geometry">
            <mxPoint x="58" y="282" as="sourcePoint" />
            <mxPoint x="98" y="322" as="targetPoint" />
          </mxGeometry>
        </mxCell>
        <mxCell id="OIwntdkwLblrr2rhOdX1-1" edge="1" parent="1" source="LhPUbgTbJpqGcTxOS-ww-70" style="edgeStyle=none;curved=1;rounded=1;orthogonalLoop=1;jettySize=auto;html=1;exitX=1;exitY=1;exitDx=0;exitDy=0;fontSize=12;startSize=8;endSize=8;entryX=0;entryY=0;entryDx=0;entryDy=0;" target="LhPUbgTbJpqGcTxOS-ww-81">
          <mxGeometry relative="1" as="geometry">
            <mxPoint x="11" y="314" as="sourcePoint" />
            <mxPoint x="-29" y="354" as="targetPoint" />
          </mxGeometry>
        </mxCell>
        <mxCell id="OIwntdkwLblrr2rhOdX1-2" edge="1" parent="1" source="LhPUbgTbJpqGcTxOS-ww-80" style="edgeStyle=none;curved=1;rounded=1;orthogonalLoop=1;jettySize=auto;html=1;exitX=0;exitY=1;exitDx=0;exitDy=0;fontSize=12;startSize=8;endSize=8;entryX=1;entryY=0;entryDx=0;entryDy=0;" target="LhPUbgTbJpqGcTxOS-ww-81">
          <mxGeometry relative="1" as="geometry">
            <mxPoint x="112" y="327" as="sourcePoint" />
            <mxPoint x="72" y="367" as="targetPoint" />
          </mxGeometry>
        </mxCell>
        <mxCell id="OIwntdkwLblrr2rhOdX1-3" edge="1" parent="1" source="LhPUbgTbJpqGcTxOS-ww-81" style="edgeStyle=none;curved=1;rounded=1;orthogonalLoop=1;jettySize=auto;html=1;exitX=0;exitY=1;exitDx=0;exitDy=0;fontSize=12;startSize=8;endSize=8;entryX=1;entryY=0;entryDx=0;entryDy=0;" target="p8pHNqXcbaAZnEPRJ2cy-17">
          <mxGeometry relative="1" as="geometry">
            <mxPoint x="26" y="406" as="sourcePoint" />
            <mxPoint x="-14" y="446" as="targetPoint" />
          </mxGeometry>
        </mxCell>
        <mxCell id="OIwntdkwLblrr2rhOdX1-4" edge="1" parent="1" source="p8pHNqXcbaAZnEPRJ2cy-17" style="edgeStyle=none;curved=1;rounded=1;orthogonalLoop=1;jettySize=auto;html=1;exitX=1;exitY=1;exitDx=0;exitDy=0;fontSize=12;startSize=8;endSize=8;entryX=0;entryY=0;entryDx=0;entryDy=0;" target="p8pHNqXcbaAZnEPRJ2cy-4">
          <mxGeometry relative="1" as="geometry">
            <mxPoint x="63" y="472" as="sourcePoint" />
            <mxPoint x="23" y="512" as="targetPoint" />
          </mxGeometry>
        </mxCell>
        <mxCell id="OIwntdkwLblrr2rhOdX1-5" edge="1" parent="1" source="p8pHNqXcbaAZnEPRJ2cy-17" style="edgeStyle=none;curved=1;rounded=1;orthogonalLoop=1;jettySize=auto;html=1;exitX=0.5;exitY=1;exitDx=0;exitDy=0;fontSize=12;startSize=8;endSize=8;entryX=0.5;entryY=0;entryDx=0;entryDy=0;" target="p8pHNqXcbaAZnEPRJ2cy-3">
          <mxGeometry relative="1" as="geometry">
            <mxPoint x="-28" y="530" as="sourcePoint" />
            <mxPoint x="-68" y="570" as="targetPoint" />
          </mxGeometry>
        </mxCell>
        <mxCell id="OIwntdkwLblrr2rhOdX1-6" edge="1" parent="1" source="0f6FQbk-GcDdoWLRAv9r-2" style="edgeStyle=none;curved=1;rounded=1;orthogonalLoop=1;jettySize=auto;html=1;exitX=0;exitY=1;exitDx=0;exitDy=0;fontSize=12;entryX=1;entryY=0;entryDx=0;entryDy=0;" target="0f6FQbk-GcDdoWLRAv9r-3">
          <mxGeometry relative="1" as="geometry">
            <mxPoint x="365" y="131" as="sourcePoint" />
            <mxPoint x="325" y="171" as="targetPoint" />
          </mxGeometry>
+         </mxCell>
+         <mxCell id="BiERCDpK63vKAhPq4p5G-1" parent="1" style="rounded=1;whiteSpace=wrap;html=1;strokeWidth=2;strokeColor=light-dark(#000000,#000099);" value="Lay Waste +&lt;br&gt;Onyx Legacy" vertex="1">
+           <mxGeometry height="40" width="120" x="320" y="120" as="geometry" />
        </mxCell>
      </root>
    </mxGraphModel>
  </diagram>
</mxfile>
